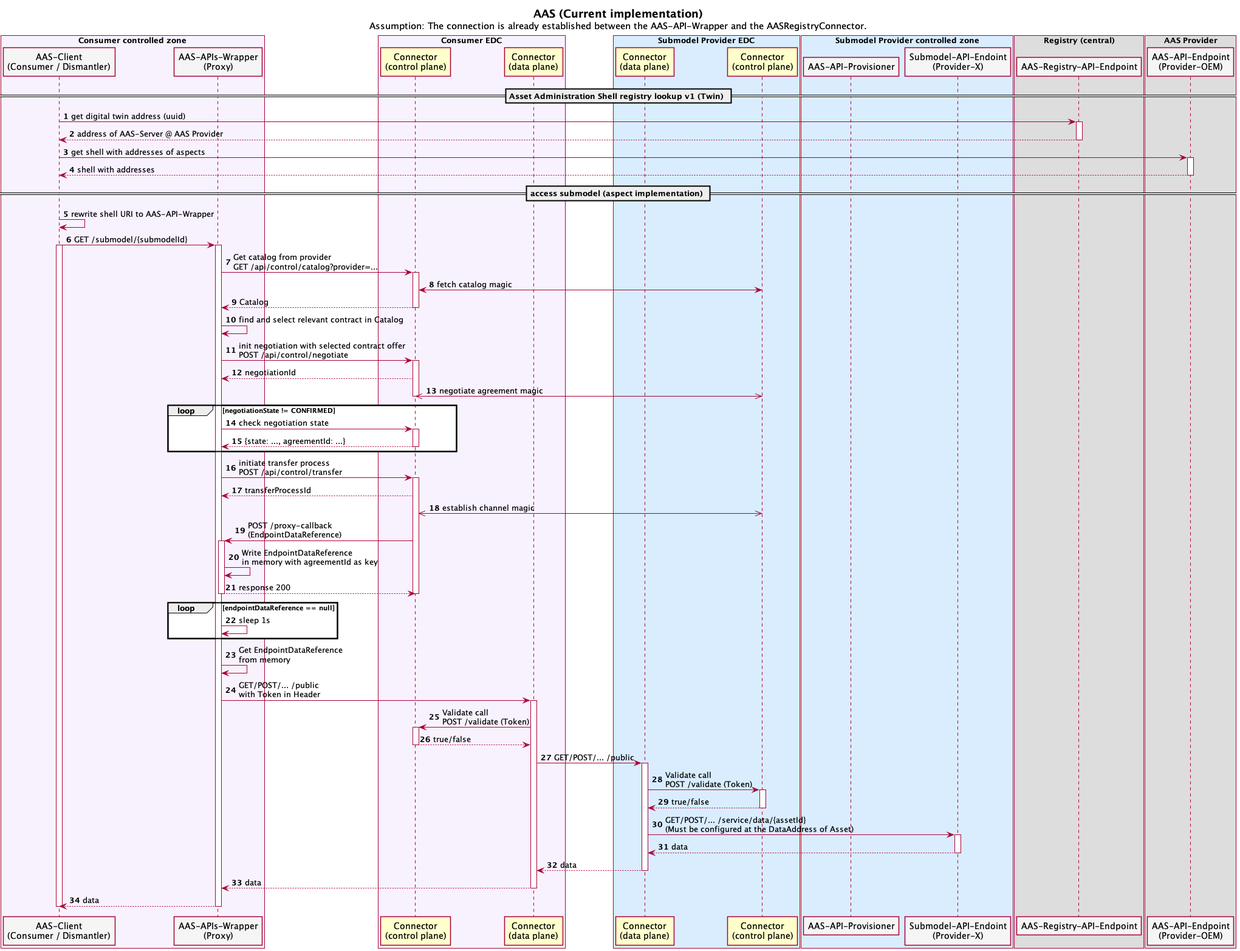
Before: eclipsedataspaceconnector/api-wrapper/docs/current.png, a diagram exported from PlantUML (catenax/tractusx).
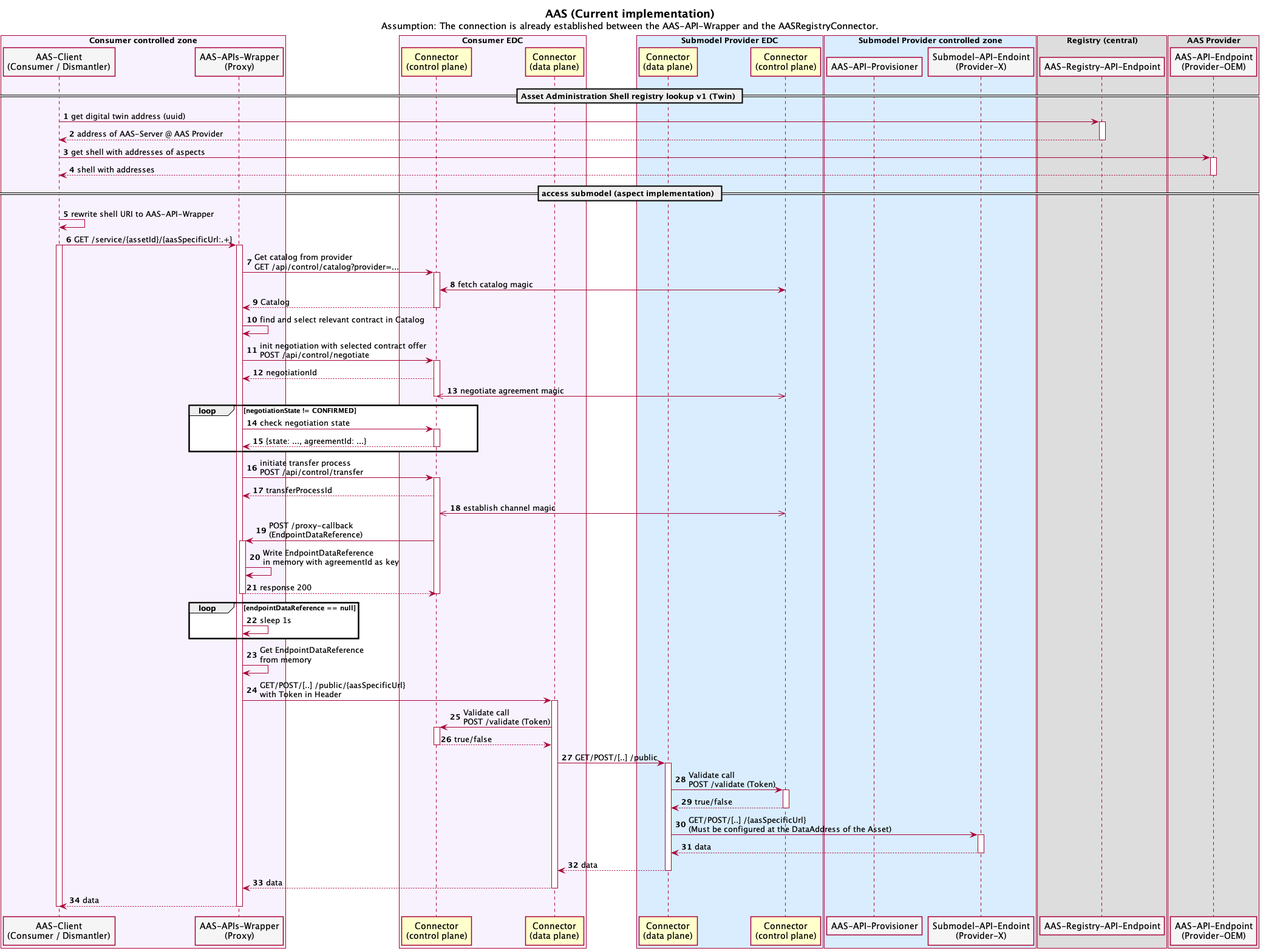
Above is the later version.

Commit message:
Update sequence diagram of api-wrapper

Change to the diagram source:
```diff
@@ -64,7 +64,7 @@
 == access submodel (aspect implementation) ==
 AASClient -> AASClient: rewrite shell URI to AAS-API-Wrapper
 
-AASClient -> AASAPIWrapper: GET /submodel/{submodelId}
+AASClient -> AASAPIWrapper: GET /service/{assetId}/{aasSpecificUrl:.+}
 activate AASClient
     activate AASAPIWrapper
             AASAPIWrapper -> ConsumerControl++: Get catalog from provider\nGET /api/control/catalog?provider=...
@@ -97,16 +97,16 @@
         end
         AASAPIWrapper -> AASAPIWrapper: Get EndpointDataReference\nfrom memory
 
-        AASAPIWrapper -> ConsumerData ++: GET/POST/... /public\nwith Token in Header
+        AASAPIWrapper -> ConsumerData ++: GET/POST/[..] /public/{aasSpecificUrl}\nwith Token in Header
             ConsumerData -> ConsumerControl ++: Validate call\nPOST /validate (Token)
             return true/false
 
-            ConsumerData -> ProviderData ++: GET/POST/... /public
+            ConsumerData -> ProviderData ++: GET/POST/[..] /public
 
                 ProviderData -> ProviderControl ++: Validate call\nPOST /validate (Token)
                 return true/false
 
-                ProviderData -> SubmodelBackendServer ++: GET/POST/... /service/data/{assetId}\n(Must be configured at the DataAddress of Asset)
+                ProviderData -> SubmodelBackendServer ++: GET/POST/[..] /{aasSpecificUrl}\n(Must be configured at the DataAddress of the Asset)
                 return data
             return data
         return data
```
